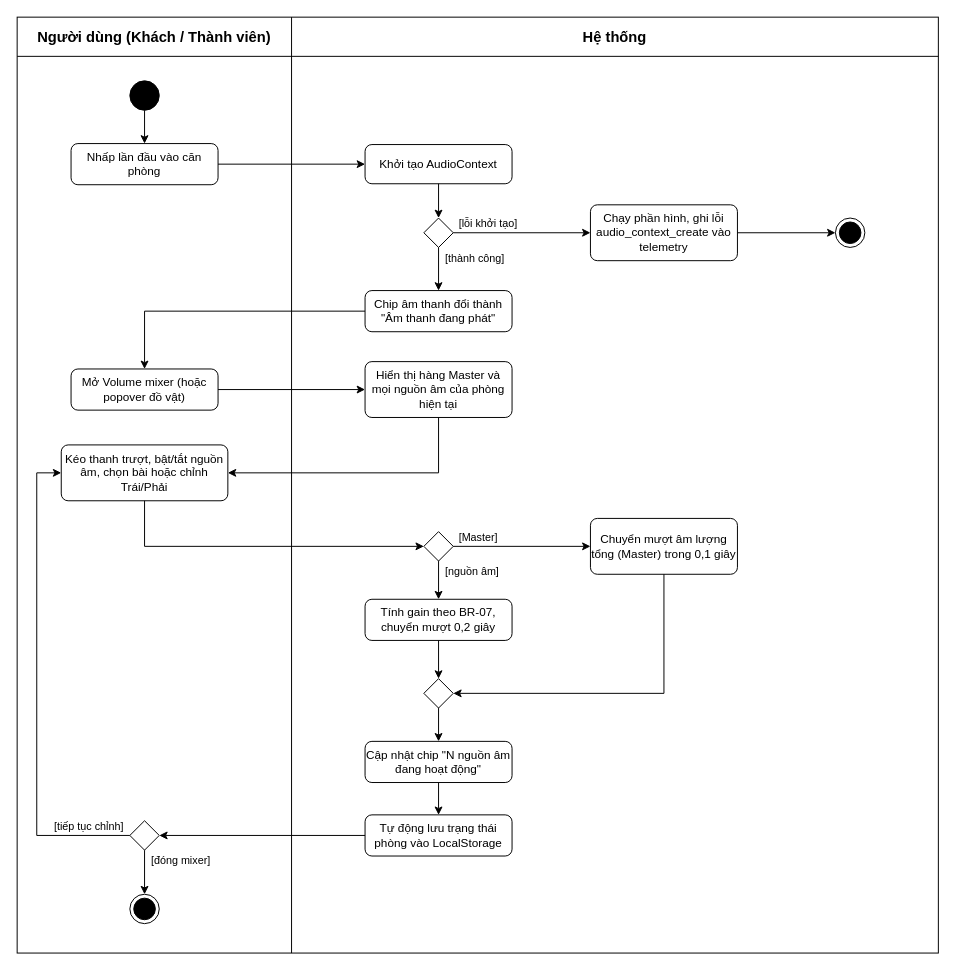
The draw.io diagram page "A3" (4 of 29) of docs/analysis/FocuSpace_Diagrams.drawio in CaoLePhucThinh2203/FocuSpace, before the edit. Source tidied: cells renumbered, new cells numbered last; positions are measured from the earlier drawing's top-left corner, leaving out a move shared by most shapes. Both pictures are drawn from the tidied source at 98%, with x=0, y=0 at pixel (17, 17).
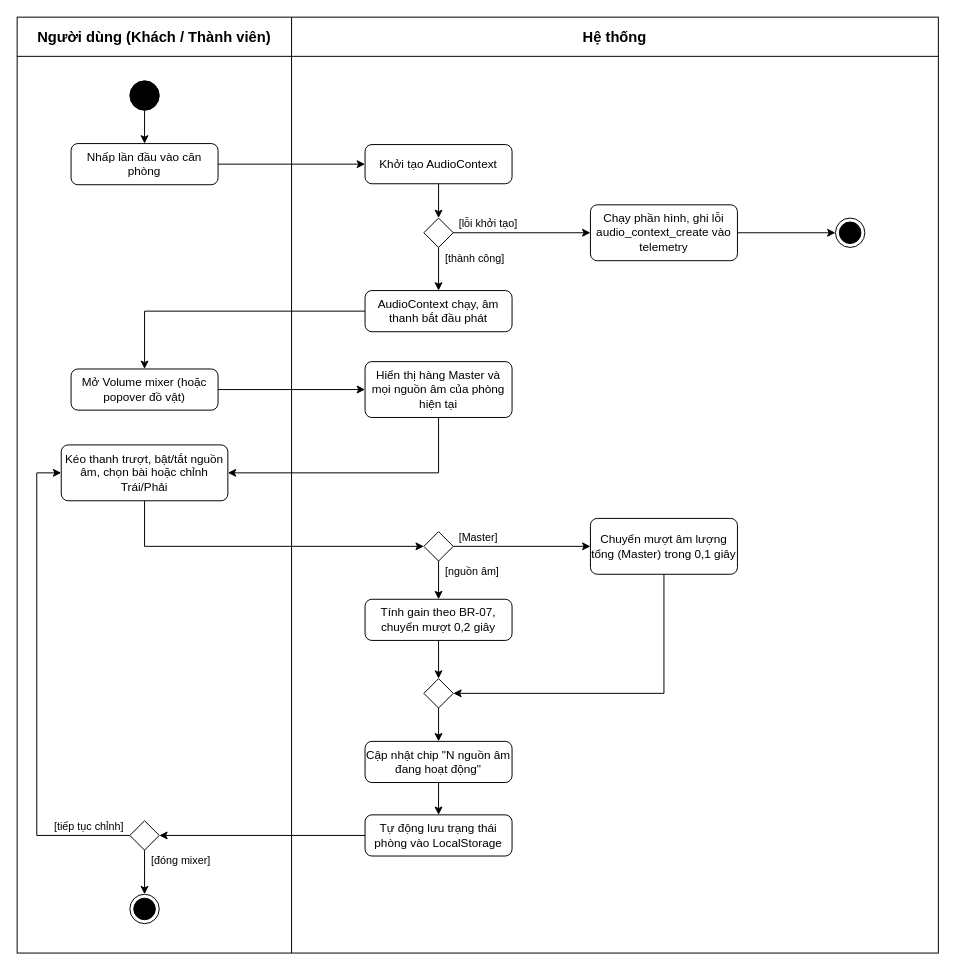
The same page after the edit.

Commit message (it also covers changes not shown here):
docs(analysis): drawio A3, A5, A6, A9, S2, S9, C2 — bỏ chip lưu/chip âm thanh, SO_DO_VAT_TOI_DA = 25, rút gọn chữ tràn ô (UC.02–UC.06, UC.09)

What changed in the source:
```diff
@@
-    <mxCell id="9" value="Chip âm thanh đổi thành &quot;Âm thanh đang phát&quot;" style="html=1;align=center;verticalAlign=middle;rounded=1;absoluteArcSize=1;arcSize=14;dashed=0;whiteSpace=wrap;fontSize=12;" parent="1" vertex="1">
+    <mxCell id="9" value="AudioContext chạy, âm thanh bắt đầu phát" style="html=1;align=center;verticalAlign=middle;rounded=1;absoluteArcSize=1;arcSize=14;dashed=0;whiteSpace=wrap;fontSize=12;" parent="1" vertex="1">
       <mxGeometry x="355" y="279" width="150" height="42" as="geometry" />
     </mxCell>
```
